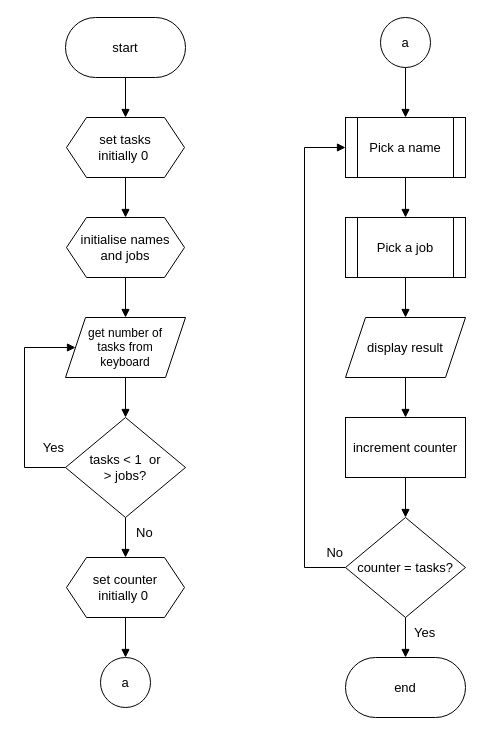
Above: page "fc" (1 of 2) of n5/N5-SDD-Task-Picker/assets/N5 SDD Task Picker.drawio in MrFriendCS/MrFriendCS.github.io (draw.io), before the change. Source tidied: cells renumbered, new cells numbered last; positions are measured from the earlier drawing's top-left corner, leaving out a move shared by most shapes. Both pictures are drawn from the tidied source at 100%, with x=0, y=0 at pixel (24, 17).
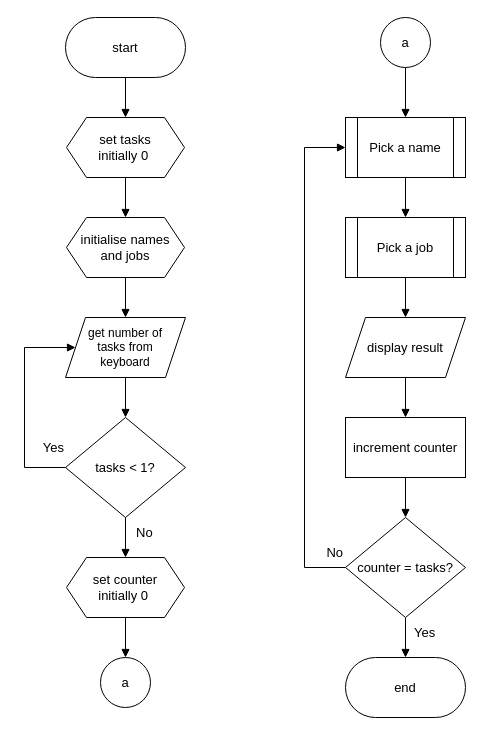
The same diagram, later.

Change to the diagram source:
```diff
@@
-    <mxCell id="15" value="&lt;div style=&quot;font-size: 13px;&quot;&gt;tasks &amp;lt; 1&amp;nbsp; or&lt;/div&gt;&lt;div style=&quot;font-size: 13px;&quot;&gt;&amp;gt; jobs?&lt;/div&gt;" style="rhombus;whiteSpace=wrap;html=1;fontFamily=Helvetica;fontSize=13;fontColor=default;labelBackgroundColor=default;" parent="1" vertex="1">
+    <mxCell id="15" value="&lt;div style=&quot;font-size: 13px;&quot;&gt;tasks &amp;lt; 1?&lt;/div&gt;" style="rhombus;whiteSpace=wrap;html=1;fontFamily=Helvetica;fontSize=13;fontColor=default;labelBackgroundColor=default;" parent="1" vertex="1">
       <mxGeometry x="41" y="400" width="120" height="100" as="geometry" />
     </mxCell>
```
